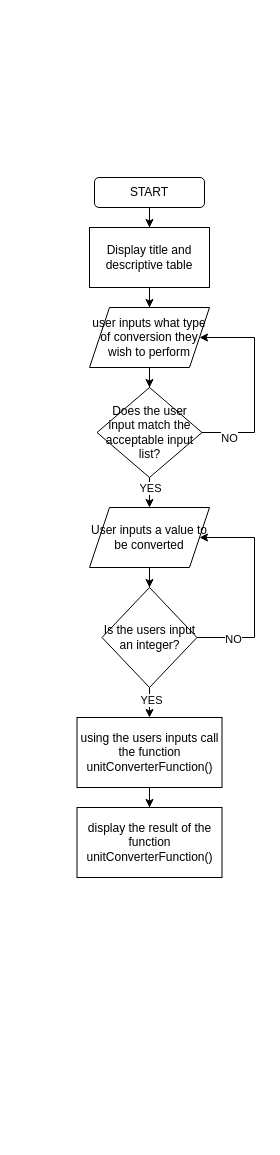
Earlier version of the draw.io diagram UnitConverter.drawio (ShhhhTheBaby/draw.io). Source tidied: cells renumbered, new cells numbered last; positions are measured from the earlier drawing's top-left corner, leaving out a move shared by most shapes. Both pictures are drawn from the tidied source at 100%, with x=0, y=0 at pixel (76, 177).
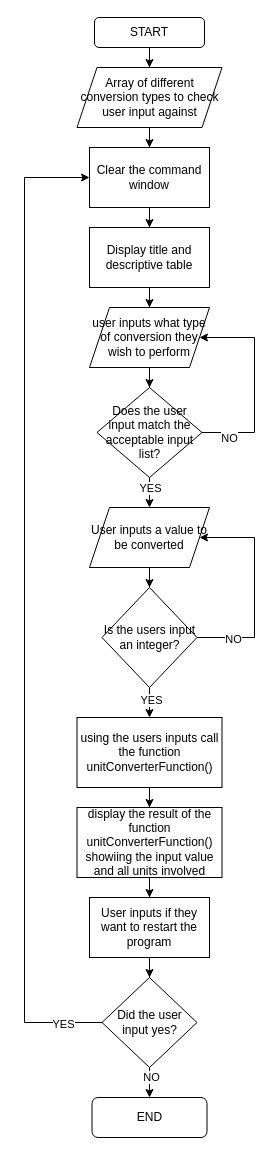
The same diagram, later.

The change refers to these unchanged cells:
```xml
<mxCell id="12" value="Display title and descriptive table" style="rounded=0;whiteSpace=wrap;html=1;" parent="1" vertex="1">
  <mxGeometry x="13" y="50" width="120" height="60" as="geometry" />
</mxCell>
```

The edit, as a diff of the source:
```diff
@@
-    <mxCell id="2" style="edgeStyle=orthogonalEdgeStyle;rounded=0;jettySize=auto;html=1;" parent="1" edge="1" source="3" target="12">
-      <mxGeometry relative="1" as="geometry" />
-    </mxCell>
+    <mxCell id="23" style="edgeStyle=orthogonalEdgeStyle;rounded=0;jettySize=auto;html=1;" parent="1" edge="1" source="3" target="26">
+      <mxGeometry relative="1" as="geometry" />
+    </mxCell>
     <mxCell id="3" value="START" style="rounded=1;whiteSpace=wrap;html=1;" parent="1" vertex="1">
-      <mxGeometry x="18" width="110" height="30" as="geometry" />
+      <mxGeometry x="18" y="-160" width="110" height="30" as="geometry" />
     </mxCell>
@@
+    <mxCell id="24" style="edgeStyle=orthogonalEdgeStyle;rounded=0;jettySize=auto;html=1;" parent="1" edge="1" source="22" target="28">
+      <mxGeometry relative="1" as="geometry" />
+    </mxCell>
-    <mxCell id="22" value="display the result of the function unitConverterFunction()" style="whiteSpace=wrap;html=1;" parent="1" vertex="1">
+    <mxCell id="22" value="display the result of the function unitConverterFunction() showiing the input value and all units involved" style="whiteSpace=wrap;html=1;" parent="1" vertex="1">
       <mxGeometry x="0.5" y="630" width="145" height="70" as="geometry" />
     </mxCell>
+    <mxCell id="25" style="edgeStyle=orthogonalEdgeStyle;rounded=0;jettySize=auto;html=1;" parent="1" edge="1" source="26" target="35">
+      <mxGeometry relative="1" as="geometry" />
+    </mxCell>
+    <mxCell id="26" value="Array of different conversion types to check user input against" style="shape=parallelogram;perimeter=parallelogramPerimeter;whiteSpace=wrap;html=1;fixedSize=1;" parent="1" vertex="1">
+      <mxGeometry x="0.5" y="-110" width="145" height="60" as="geometry" />
+    </mxCell>
+    <mxCell id="27" style="edgeStyle=orthogonalEdgeStyle;rounded=0;jettySize=auto;html=1;" parent="1" edge="1" source="28" target="33">
+      <mxGeometry relative="1" as="geometry" />
+    </mxCell>
+    <mxCell id="28" value="User inputs if they want to restart the program" style="whiteSpace=wrap;html=1;" parent="1" vertex="1">
+      <mxGeometry x="13" y="720" width="120" height="60" as="geometry" />
+    </mxCell>
+    <mxCell id="29" style="edgeStyle=orthogonalEdgeStyle;rounded=0;jettySize=auto;html=1;entryX=0;entryY=0.5;entryDx=0;entryDy=0;" parent="1" edge="1" source="33" target="35">
+      <mxGeometry relative="1" as="geometry">
+        <Array as="points">
+          <mxPoint x="-52" y="845" />
+          <mxPoint x="-52" />
+        </Array>
+      </mxGeometry>
+    </mxCell>
+    <mxCell id="30" value="YES" style="edgeLabel;html=1;align=center;verticalAlign=middle;" parent="29" vertex="1">
+      <mxGeometry x="-0.92" y="1" relative="1" as="geometry" />
+    </mxCell>
+    <mxCell id="31" style="edgeStyle=orthogonalEdgeStyle;rounded=0;jettySize=auto;html=1;" parent="1" edge="1" source="33" target="36">
+      <mxGeometry relative="1" as="geometry" />
+    </mxCell>
+    <mxCell id="32" value="NO" style="edgeLabel;html=1;align=center;verticalAlign=middle;" parent="31" vertex="1">
+      <mxGeometry x="-0.64" y="1" relative="1" as="geometry" />
+    </mxCell>
+    <mxCell id="33" value="Did the user input yes?" style="rhombus;whiteSpace=wrap;html=1;" parent="1" vertex="1">
+      <mxGeometry x="25.5" y="800" width="95" height="90" as="geometry" />
+    </mxCell>
+    <mxCell id="34" style="edgeStyle=orthogonalEdgeStyle;rounded=0;jettySize=auto;html=1;" parent="1" edge="1" source="35" target="12">
+      <mxGeometry relative="1" as="geometry" />
+    </mxCell>
+    <mxCell id="35" value="Clear the command window" style="whiteSpace=wrap;html=1;" parent="1" vertex="1">
+      <mxGeometry x="13" y="-30" width="120" height="60" as="geometry" />
+    </mxCell>
+    <mxCell id="36" value="END" style="rounded=1;whiteSpace=wrap;html=1;" parent="1" vertex="1">
+      <mxGeometry x="15.5" y="920" width="115" height="40" as="geometry" />
+    </mxCell>
```
